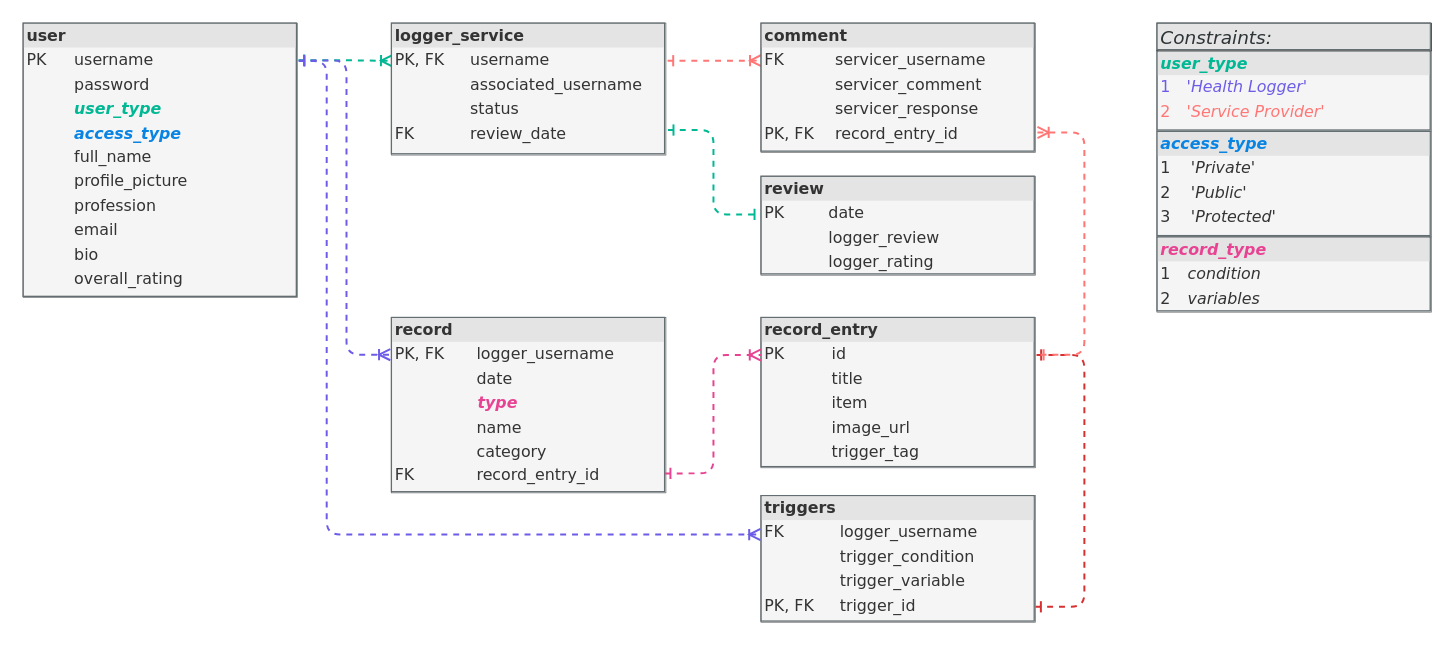
Earlier version of the draw.io diagram diagrams/database/database_tables_relationships.drawio (mervin-njy/trigg-track-v2). Source tidied: cells renumbered, new cells numbered last; positions are measured from the earlier drawing's top-left corner, leaving out a move shared by most shapes. Both pictures are drawn from the tidied source at 132%, with x=0, y=0 at pixel (22, 22).
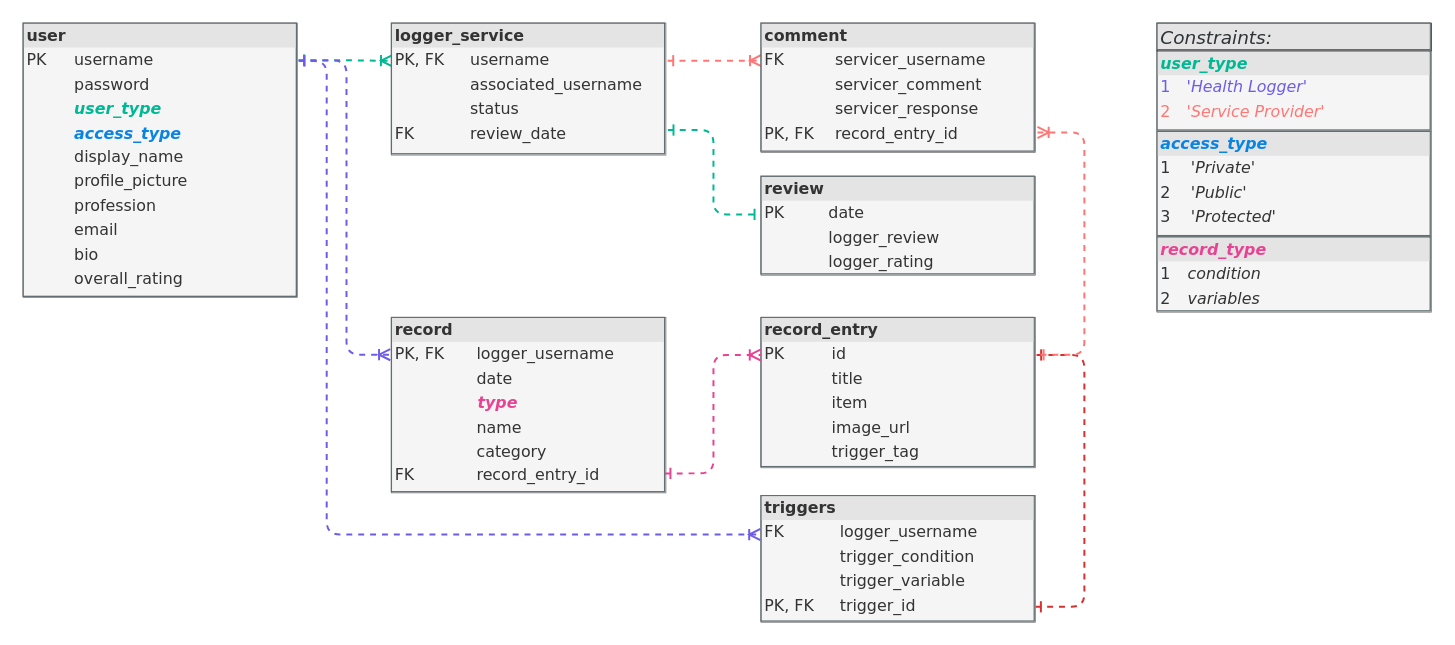
The same diagram, later.

Commit message (it also covers changes not shown here):
SQL: populate "user", "record_entry" done, "record" error: username unique

The edit, as a diff of the source:
```diff
@@
-    <mxCell id="2" value="&lt;div style=&quot;box-sizing: border-box ; width: 100% ; background: #e4e4e4 ; padding: 2px&quot;&gt;&lt;b&gt;user&lt;/b&gt;&lt;/div&gt;&lt;table style=&quot;width: 100% ; font-size: 1em&quot; cellpadding=&quot;2&quot; cellspacing=&quot;0&quot;&gt;&lt;tbody&gt;&lt;tr&gt;&lt;td&gt;PK&lt;/td&gt;&lt;td&gt;username&lt;/td&gt;&lt;/tr&gt;&lt;tr&gt;&lt;td&gt;&lt;br&gt;&lt;/td&gt;&lt;td&gt;password&lt;/td&gt;&lt;/tr&gt;&lt;tr&gt;&lt;td&gt;&lt;/td&gt;&lt;td&gt;&lt;font color=&quot;#00b894&quot;&gt;&lt;b&gt;&lt;i&gt;user_type&lt;/i&gt;&lt;/b&gt;&lt;/font&gt;&lt;/td&gt;&lt;/tr&gt;&lt;tr&gt;&lt;td&gt;&lt;i&gt;&lt;br&gt;&lt;/i&gt;&lt;/td&gt;&lt;td&gt;&lt;font color=&quot;#0984e3&quot;&gt;&lt;b&gt;&lt;i&gt;access_type&lt;/i&gt;&lt;/b&gt;&lt;/font&gt;&lt;br&gt;&lt;/td&gt;&lt;/tr&gt;&lt;tr&gt;&lt;td&gt;&lt;br&gt;&lt;/td&gt;&lt;td&gt;full_name&lt;br&gt;&lt;/td&gt;&lt;/tr&gt;&lt;tr&gt;&lt;td&gt;&lt;br&gt;&lt;/td&gt;&lt;td&gt;profile_picture&lt;br&gt;&lt;/td&gt;&lt;/tr&gt;&lt;tr&gt;&lt;td&gt;&lt;br&gt;&lt;/td&gt;&lt;td&gt;profession&lt;br&gt;&lt;/td&gt;&lt;/tr&gt;&lt;tr&gt;&lt;td&gt;&lt;br&gt;&lt;/td&gt;&lt;td&gt;email&lt;/td&gt;&lt;/tr&gt;&lt;tr&gt;&lt;td&gt;&lt;br&gt;&lt;/td&gt;&lt;td&gt;bio&lt;br&gt;&lt;/td&gt;&lt;/tr&gt;&lt;tr&gt;&lt;td&gt;&lt;br&gt;&lt;/td&gt;&lt;td&gt;overall_rating&lt;br&gt;&lt;/td&gt;&lt;/tr&gt;&lt;/tbody&gt;&lt;/table&gt;" style="verticalAlign=top;align=left;overflow=fill;html=1;rounded=0;shadow=0;comic=0;labelBackgroundColor=none;strokeWidth=0.5;fontFamily=Verdana;fontSize=12;fillColor=#f5f5f5;strokeColor=#666666;fontColor=#333333;glass=0;noLabel=0;portConstraint=none;labelPadding=0;strokeOpacity=100;perimeterSpacing=0;spacingTop=0;spacing=2;spacingLeft=0;labelBorderColor=#636e72;" parent="1" vertex="1">
+    <mxCell id="2" value="&lt;div style=&quot;box-sizing: border-box ; width: 100% ; background: #e4e4e4 ; padding: 2px&quot;&gt;&lt;b&gt;user&lt;/b&gt;&lt;/div&gt;&lt;table style=&quot;width: 100% ; font-size: 1em&quot; cellpadding=&quot;2&quot; cellspacing=&quot;0&quot;&gt;&lt;tbody&gt;&lt;tr&gt;&lt;td&gt;PK&lt;/td&gt;&lt;td&gt;username&lt;/td&gt;&lt;/tr&gt;&lt;tr&gt;&lt;td&gt;&lt;br&gt;&lt;/td&gt;&lt;td&gt;password&lt;/td&gt;&lt;/tr&gt;&lt;tr&gt;&lt;td&gt;&lt;/td&gt;&lt;td&gt;&lt;font color=&quot;#00b894&quot;&gt;&lt;b&gt;&lt;i&gt;user_type&lt;/i&gt;&lt;/b&gt;&lt;/font&gt;&lt;/td&gt;&lt;/tr&gt;&lt;tr&gt;&lt;td&gt;&lt;i&gt;&lt;br&gt;&lt;/i&gt;&lt;/td&gt;&lt;td&gt;&lt;font color=&quot;#0984e3&quot;&gt;&lt;b&gt;&lt;i&gt;access_type&lt;/i&gt;&lt;/b&gt;&lt;/font&gt;&lt;br&gt;&lt;/td&gt;&lt;/tr&gt;&lt;tr&gt;&lt;td&gt;&lt;br&gt;&lt;/td&gt;&lt;td&gt;display_name&lt;br&gt;&lt;/td&gt;&lt;/tr&gt;&lt;tr&gt;&lt;td&gt;&lt;br&gt;&lt;/td&gt;&lt;td&gt;profile_picture&lt;br&gt;&lt;/td&gt;&lt;/tr&gt;&lt;tr&gt;&lt;td&gt;&lt;br&gt;&lt;/td&gt;&lt;td&gt;profession&lt;br&gt;&lt;/td&gt;&lt;/tr&gt;&lt;tr&gt;&lt;td&gt;&lt;br&gt;&lt;/td&gt;&lt;td&gt;email&lt;/td&gt;&lt;/tr&gt;&lt;tr&gt;&lt;td&gt;&lt;br&gt;&lt;/td&gt;&lt;td&gt;bio&lt;br&gt;&lt;/td&gt;&lt;/tr&gt;&lt;tr&gt;&lt;td&gt;&lt;br&gt;&lt;/td&gt;&lt;td&gt;overall_rating&lt;br&gt;&lt;/td&gt;&lt;/tr&gt;&lt;/tbody&gt;&lt;/table&gt;" style="verticalAlign=top;align=left;overflow=fill;html=1;rounded=0;shadow=0;comic=0;labelBackgroundColor=none;strokeWidth=0.5;fontFamily=Verdana;fontSize=12;fillColor=#f5f5f5;strokeColor=#666666;fontColor=#333333;glass=0;noLabel=0;portConstraint=none;labelPadding=0;strokeOpacity=100;perimeterSpacing=0;spacingTop=0;spacing=2;spacingLeft=0;labelBorderColor=#636e72;" parent="1" vertex="1">
       <mxGeometry width="208" height="208" as="geometry" />
     </mxCell>
```
